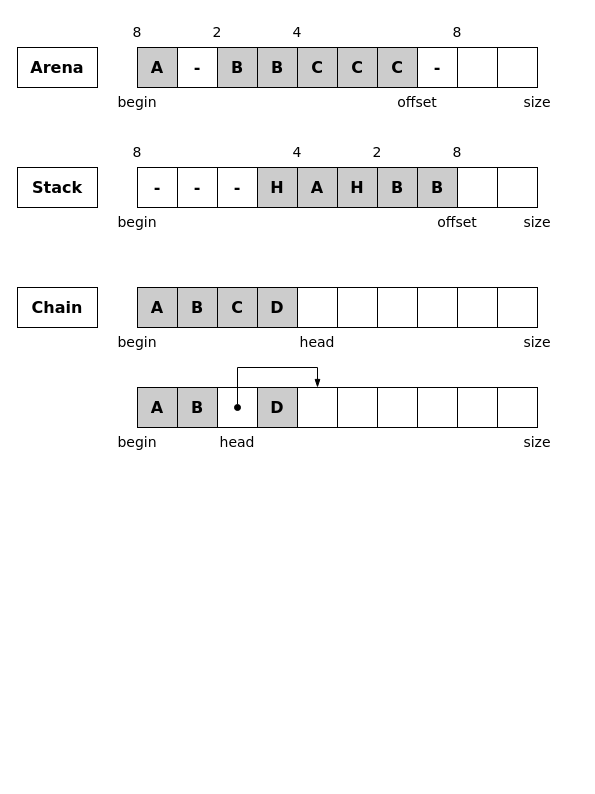
This is projects/examples/source/section_10/custom_allocators.drawio from i-s-m-mipt/Education, a draw.io file, before an edit. Source tidied: cells renumbered, new cells numbered last; positions are measured from the earlier drawing's top-left corner, leaving out a move shared by most shapes. Both pictures are drawn from the tidied source at 100%, with x=0, y=0 at pixel (17, 17).
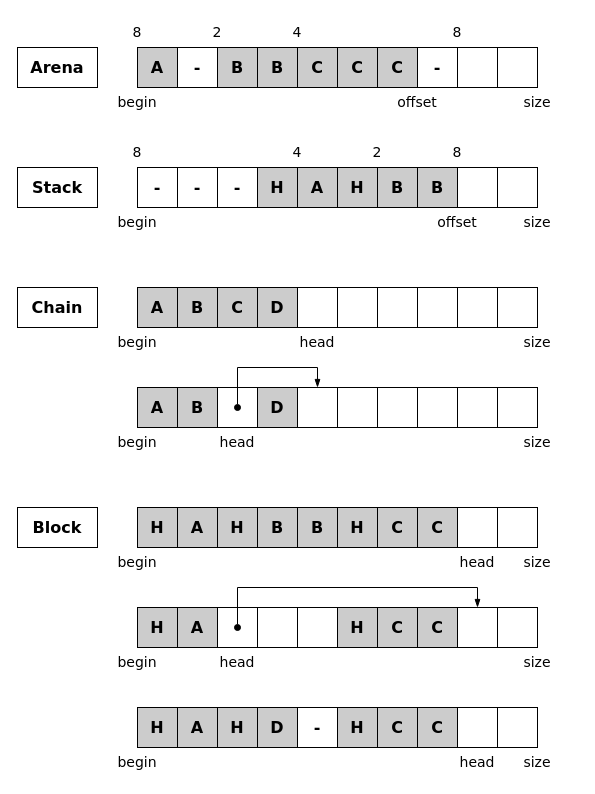
The same diagram, later.

Commit message (it also covers changes not shown here):
Добавлена схема block_allocator.

What changed in the source:
```diff
@@
+    <mxCell id="66" value="&lt;font style=&quot;font-size: 16px;&quot; face=&quot;Verdana&quot;&gt;&lt;b&gt;Block&lt;/b&gt;&lt;/font&gt;" style="text;html=1;strokeColor=default;fillColor=none;align=center;verticalAlign=middle;whiteSpace=wrap;rounded=0;" parent="1" vertex="1">
+      <mxGeometry y="490" width="80" height="40" as="geometry" />
+    </mxCell>
+    <mxCell id="67" value="&lt;b&gt;&lt;font style=&quot;font-size: 16px;&quot; face=&quot;Verdana&quot;&gt;H&lt;/font&gt;&lt;/b&gt;" style="whiteSpace=wrap;html=1;fillColor=#CCCCCC;" parent="1" vertex="1">
+      <mxGeometry x="120" y="490" width="40" height="40" as="geometry" />
+    </mxCell>
+    <mxCell id="68" value="&lt;b&gt;&lt;font style=&quot;font-size: 16px;&quot; face=&quot;Verdana&quot;&gt;A&lt;/font&gt;&lt;/b&gt;" style="whiteSpace=wrap;html=1;fillColor=#CCCCCC;" parent="1" vertex="1">
+      <mxGeometry x="160" y="490" width="40" height="40" as="geometry" />
+    </mxCell>
+    <mxCell id="69" value="&lt;b&gt;&lt;font style=&quot;font-size: 16px;&quot; face=&quot;Verdana&quot;&gt;H&lt;/font&gt;&lt;/b&gt;" style="whiteSpace=wrap;html=1;fillColor=#CCCCCC;" parent="1" vertex="1">
+      <mxGeometry x="200" y="490" width="40" height="40" as="geometry" />
+    </mxCell>
+    <mxCell id="70" value="&lt;b&gt;&lt;font style=&quot;font-size: 16px;&quot; face=&quot;Verdana&quot;&gt;B&lt;/font&gt;&lt;/b&gt;" style="whiteSpace=wrap;html=1;fillColor=#CCCCCC;" parent="1" vertex="1">
+      <mxGeometry x="240" y="490" width="40" height="40" as="geometry" />
+    </mxCell>
+    <mxCell id="71" value="&lt;b&gt;&lt;font style=&quot;font-size: 16px;&quot; face=&quot;Verdana&quot;&gt;B&lt;/font&gt;&lt;/b&gt;" style="whiteSpace=wrap;html=1;fillColor=#CCCCCC;" parent="1" vertex="1">
+      <mxGeometry x="280" y="490" width="40" height="40" as="geometry" />
+    </mxCell>
+    <mxCell id="72" value="&lt;font style=&quot;font-size: 14px;&quot; face=&quot;Verdana&quot;&gt;begin&lt;/font&gt;" style="text;html=1;strokeColor=none;fillColor=none;align=center;verticalAlign=middle;whiteSpace=wrap;rounded=0;" parent="1" vertex="1">
+      <mxGeometry x="80" y="530" width="80" height="30" as="geometry" />
+    </mxCell>
+    <mxCell id="73" value="&lt;font style=&quot;font-size: 14px;&quot; face=&quot;Verdana&quot;&gt;size&lt;/font&gt;" style="text;html=1;strokeColor=none;fillColor=none;align=center;verticalAlign=middle;whiteSpace=wrap;rounded=0;" parent="1" vertex="1">
+      <mxGeometry x="480" y="530" width="80" height="30" as="geometry" />
+    </mxCell>
+    <mxCell id="74" value="&lt;b&gt;&lt;font style=&quot;font-size: 16px;&quot; face=&quot;Verdana&quot;&gt;H&lt;/font&gt;&lt;/b&gt;" style="whiteSpace=wrap;html=1;fillColor=#CCCCCC;" parent="1" vertex="1">
+      <mxGeometry x="320" y="490" width="40" height="40" as="geometry" />
+    </mxCell>
+    <mxCell id="75" value="&lt;b&gt;&lt;font style=&quot;font-size: 16px;&quot; face=&quot;Verdana&quot;&gt;C&lt;/font&gt;&lt;/b&gt;" style="whiteSpace=wrap;html=1;fillColor=#CCCCCC;" parent="1" vertex="1">
+      <mxGeometry x="360" y="490" width="40" height="40" as="geometry" />
+    </mxCell>
+    <mxCell id="76" value="&lt;b&gt;&lt;font style=&quot;font-size: 16px;&quot; face=&quot;Verdana&quot;&gt;C&lt;/font&gt;&lt;/b&gt;" style="whiteSpace=wrap;html=1;fillColor=#CCCCCC;" parent="1" vertex="1">
+      <mxGeometry x="400" y="490" width="40" height="40" as="geometry" />
+    </mxCell>
+    <mxCell id="77" value="&lt;b&gt;&lt;font style=&quot;font-size: 16px;&quot; face=&quot;Verdana&quot;&gt;H&lt;/font&gt;&lt;/b&gt;" style="whiteSpace=wrap;html=1;fillColor=#CCCCCC;" parent="1" vertex="1">
+      <mxGeometry x="120" y="590" width="40" height="40" as="geometry" />
+    </mxCell>
+    <mxCell id="78" value="&lt;b&gt;&lt;font style=&quot;font-size: 16px;&quot; face=&quot;Verdana&quot;&gt;A&lt;/font&gt;&lt;/b&gt;" style="whiteSpace=wrap;html=1;fillColor=#CCCCCC;" parent="1" vertex="1">
+      <mxGeometry x="160" y="590" width="40" height="40" as="geometry" />
+    </mxCell>
+    <mxCell id="79" value="&lt;font style=&quot;font-size: 14px;&quot; face=&quot;Verdana&quot;&gt;begin&lt;/font&gt;" style="text;html=1;strokeColor=none;fillColor=none;align=center;verticalAlign=middle;whiteSpace=wrap;rounded=0;" parent="1" vertex="1">
+      <mxGeometry x="80" y="630" width="80" height="30" as="geometry" />
+    </mxCell>
+    <mxCell id="80" value="&lt;font style=&quot;font-size: 14px;&quot; face=&quot;Verdana&quot;&gt;size&lt;/font&gt;" style="text;html=1;strokeColor=none;fillColor=none;align=center;verticalAlign=middle;whiteSpace=wrap;rounded=0;" parent="1" vertex="1">
+      <mxGeometry x="480" y="630" width="80" height="30" as="geometry" />
+    </mxCell>
+    <mxCell id="81" value="&lt;b&gt;&lt;font style=&quot;font-size: 16px;&quot; face=&quot;Verdana&quot;&gt;H&lt;/font&gt;&lt;/b&gt;" style="whiteSpace=wrap;html=1;fillColor=#CCCCCC;" parent="1" vertex="1">
+      <mxGeometry x="320" y="590" width="40" height="40" as="geometry" />
+    </mxCell>
+    <mxCell id="82" value="&lt;b&gt;&lt;font style=&quot;font-size: 16px;&quot; face=&quot;Verdana&quot;&gt;C&lt;/font&gt;&lt;/b&gt;" style="whiteSpace=wrap;html=1;fillColor=#CCCCCC;" parent="1" vertex="1">
+      <mxGeometry x="360" y="590" width="40" height="40" as="geometry" />
+    </mxCell>
+    <mxCell id="83" value="&lt;b&gt;&lt;font style=&quot;font-size: 16px;&quot; face=&quot;Verdana&quot;&gt;C&lt;/font&gt;&lt;/b&gt;" style="whiteSpace=wrap;html=1;fillColor=#CCCCCC;" parent="1" vertex="1">
+      <mxGeometry x="400" y="590" width="40" height="40" as="geometry" />
+    </mxCell>
+    <mxCell id="84" style="whiteSpace=wrap;html=1;fillColor=none;" parent="1" vertex="1">
+      <mxGeometry x="200" y="590" width="40" height="40" as="geometry" />
+    </mxCell>
+    <mxCell id="85" style="whiteSpace=wrap;html=1;fillColor=none;" parent="1" vertex="1">
+      <mxGeometry x="240" y="590" width="40" height="40" as="geometry" />
+    </mxCell>
+    <mxCell id="86" style="whiteSpace=wrap;html=1;fillColor=none;" parent="1" vertex="1">
+      <mxGeometry x="280" y="590" width="40" height="40" as="geometry" />
+    </mxCell>
+    <mxCell id="87" value="&lt;font style=&quot;font-size: 14px;&quot; face=&quot;Verdana&quot;&gt;head&lt;/font&gt;" style="text;html=1;strokeColor=none;fillColor=none;align=center;verticalAlign=middle;whiteSpace=wrap;rounded=0;" parent="1" vertex="1">
+      <mxGeometry x="180" y="630" width="80" height="30" as="geometry" />
+    </mxCell>
+    <mxCell id="88" style="whiteSpace=wrap;html=1;fillColor=none;" parent="1" vertex="1">
+      <mxGeometry x="440" y="490" width="40" height="40" as="geometry" />
+    </mxCell>
+    <mxCell id="89" style="whiteSpace=wrap;html=1;fillColor=none;" parent="1" vertex="1">
+      <mxGeometry x="480" y="590" width="40" height="40" as="geometry" />
+    </mxCell>
+    <mxCell id="90" style="whiteSpace=wrap;html=1;fillColor=none;" parent="1" vertex="1">
+      <mxGeometry x="480" y="490" width="40" height="40" as="geometry" />
+    </mxCell>
+    <mxCell id="91" style="whiteSpace=wrap;html=1;fillColor=none;" parent="1" vertex="1">
+      <mxGeometry x="440" y="590" width="40" height="40" as="geometry" />
+    </mxCell>
+    <mxCell id="92" value="&lt;font style=&quot;font-size: 14px;&quot; face=&quot;Verdana&quot;&gt;head&lt;/font&gt;" style="text;html=1;strokeColor=none;fillColor=none;align=center;verticalAlign=middle;whiteSpace=wrap;rounded=0;" parent="1" vertex="1">
+      <mxGeometry x="420" y="530" width="80" height="30" as="geometry" />
+    </mxCell>
+    <mxCell id="93" style="endArrow=blockThin;html=1;rounded=0;entryX=0.5;entryY=0;entryDx=0;entryDy=0;endFill=1;startArrow=oval;startFill=1;" parent="1" edge="1" target="91">
+      <mxGeometry relative="1" as="geometry">
+        <mxPoint x="220" y="610" as="sourcePoint" />
+        <Array as="points">
+          <mxPoint x="220" y="570" />
+          <mxPoint x="460" y="570" />
+        </Array>
+      </mxGeometry>
+    </mxCell>
+    <mxCell id="94" value="&lt;b&gt;&lt;font style=&quot;font-size: 16px;&quot; face=&quot;Verdana&quot;&gt;H&lt;/font&gt;&lt;/b&gt;" style="whiteSpace=wrap;html=1;fillColor=#CCCCCC;" parent="1" vertex="1">
+      <mxGeometry x="120" y="690" width="40" height="40" as="geometry" />
+    </mxCell>
+    <mxCell id="95" value="&lt;b&gt;&lt;font style=&quot;font-size: 16px;&quot; face=&quot;Verdana&quot;&gt;A&lt;/font&gt;&lt;/b&gt;" style="whiteSpace=wrap;html=1;fillColor=#CCCCCC;" parent="1" vertex="1">
+      <mxGeometry x="160" y="690" width="40" height="40" as="geometry" />
+    </mxCell>
+    <mxCell id="96" value="&lt;font style=&quot;font-size: 14px;&quot; face=&quot;Verdana&quot;&gt;begin&lt;/font&gt;" style="text;html=1;strokeColor=none;fillColor=none;align=center;verticalAlign=middle;whiteSpace=wrap;rounded=0;" parent="1" vertex="1">
+      <mxGeometry x="80" y="730" width="80" height="30" as="geometry" />
+    </mxCell>
+    <mxCell id="97" value="&lt;font style=&quot;font-size: 14px;&quot; face=&quot;Verdana&quot;&gt;size&lt;/font&gt;" style="text;html=1;strokeColor=none;fillColor=none;align=center;verticalAlign=middle;whiteSpace=wrap;rounded=0;" parent="1" vertex="1">
+      <mxGeometry x="480" y="730" width="80" height="30" as="geometry" />
+    </mxCell>
+    <mxCell id="98" value="&lt;b&gt;&lt;font style=&quot;font-size: 16px;&quot; face=&quot;Verdana&quot;&gt;H&lt;/font&gt;&lt;/b&gt;" style="whiteSpace=wrap;html=1;fillColor=#CCCCCC;" parent="1" vertex="1">
+      <mxGeometry x="320" y="690" width="40" height="40" as="geometry" />
+    </mxCell>
+    <mxCell id="99" value="&lt;b&gt;&lt;font style=&quot;font-size: 16px;&quot; face=&quot;Verdana&quot;&gt;C&lt;/font&gt;&lt;/b&gt;" style="whiteSpace=wrap;html=1;fillColor=#CCCCCC;" parent="1" vertex="1">
+      <mxGeometry x="360" y="690" width="40" height="40" as="geometry" />
+    </mxCell>
+    <mxCell id="100" value="&lt;b&gt;&lt;font style=&quot;font-size: 16px;&quot; face=&quot;Verdana&quot;&gt;C&lt;/font&gt;&lt;/b&gt;" style="whiteSpace=wrap;html=1;fillColor=#CCCCCC;" parent="1" vertex="1">
+      <mxGeometry x="400" y="690" width="40" height="40" as="geometry" />
+    </mxCell>
+    <mxCell id="101" value="&lt;font style=&quot;font-size: 14px;&quot; face=&quot;Verdana&quot;&gt;head&lt;/font&gt;" style="text;html=1;strokeColor=none;fillColor=none;align=center;verticalAlign=middle;whiteSpace=wrap;rounded=0;" parent="1" vertex="1">
+      <mxGeometry x="420" y="730" width="80" height="30" as="geometry" />
+    </mxCell>
+    <mxCell id="102" style="whiteSpace=wrap;html=1;fillColor=none;" parent="1" vertex="1">
+      <mxGeometry x="480" y="690" width="40" height="40" as="geometry" />
+    </mxCell>
+    <mxCell id="103" style="whiteSpace=wrap;html=1;fillColor=none;" parent="1" vertex="1">
+      <mxGeometry x="440" y="690" width="40" height="40" as="geometry" />
+    </mxCell>
+    <mxCell id="104" value="&lt;b&gt;&lt;font style=&quot;font-size: 16px;&quot; face=&quot;Verdana&quot;&gt;H&lt;/font&gt;&lt;/b&gt;" style="whiteSpace=wrap;html=1;fillColor=#CCCCCC;" parent="1" vertex="1">
+      <mxGeometry x="200" y="690" width="40" height="40" as="geometry" />
+    </mxCell>
+    <mxCell id="105" value="&lt;b&gt;&lt;font style=&quot;font-size: 16px;&quot; face=&quot;Verdana&quot;&gt;D&lt;/font&gt;&lt;/b&gt;" style="whiteSpace=wrap;html=1;fillColor=#CCCCCC;" parent="1" vertex="1">
+      <mxGeometry x="240" y="690" width="40" height="40" as="geometry" />
+    </mxCell>
+    <mxCell id="106" value="&lt;b&gt;&lt;font style=&quot;font-size: 16px;&quot; face=&quot;Verdana&quot;&gt;-&lt;/font&gt;&lt;/b&gt;" style="whiteSpace=wrap;html=1;fillColor=none;" parent="1" vertex="1">
+      <mxGeometry x="280" y="690" width="40" height="40" as="geometry" />
+    </mxCell>
```
